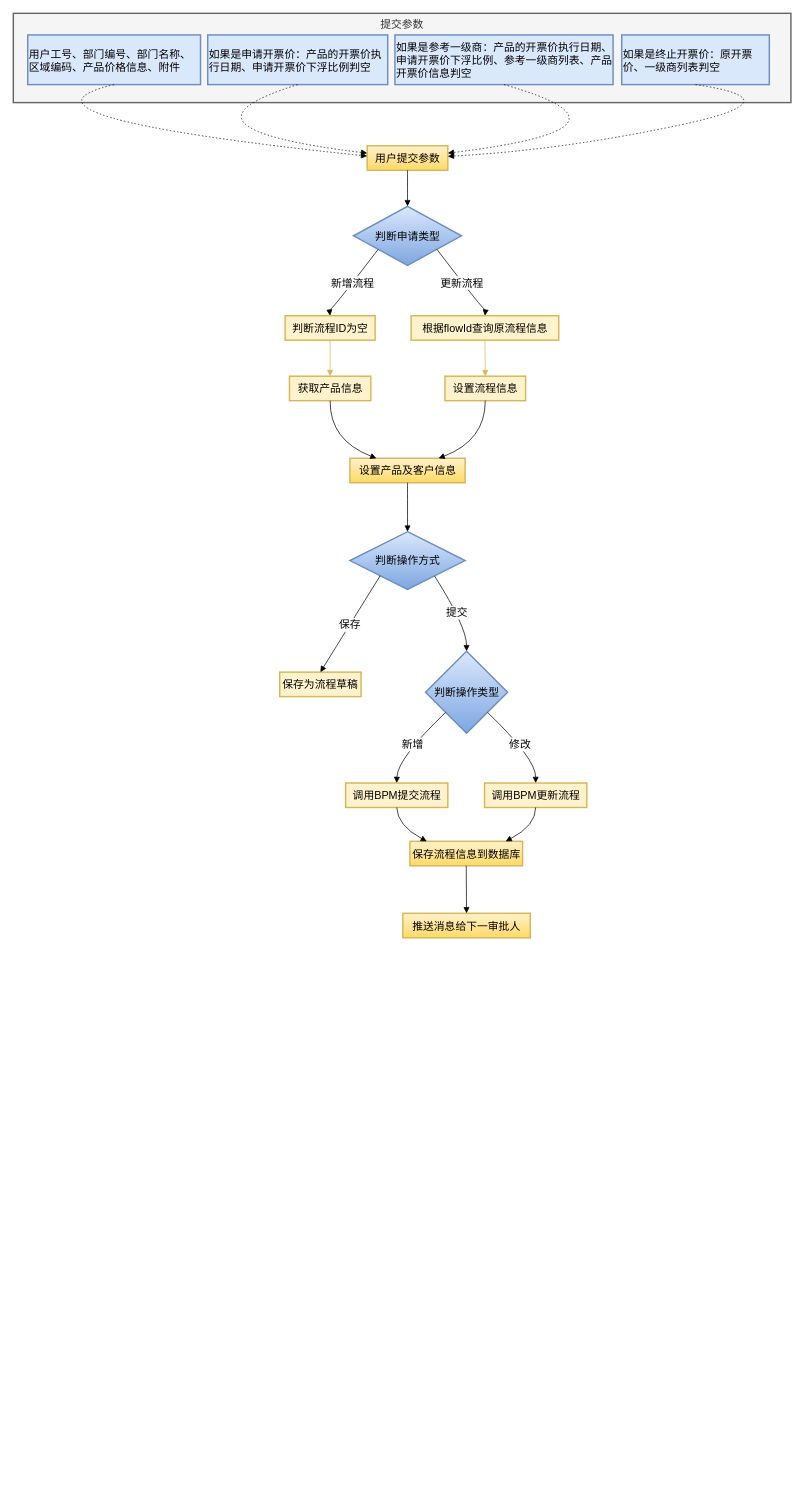
Above: Cttq.drawio in PEI-GEN/myPic (draw.io), before the change. Source tidied: cells renumbered, new cells numbered last; positions are measured from the earlier drawing's top-left corner, leaving out a move shared by most shapes. Both pictures are drawn from the tidied source at 72%, with x=0, y=0 at pixel (13, 13).
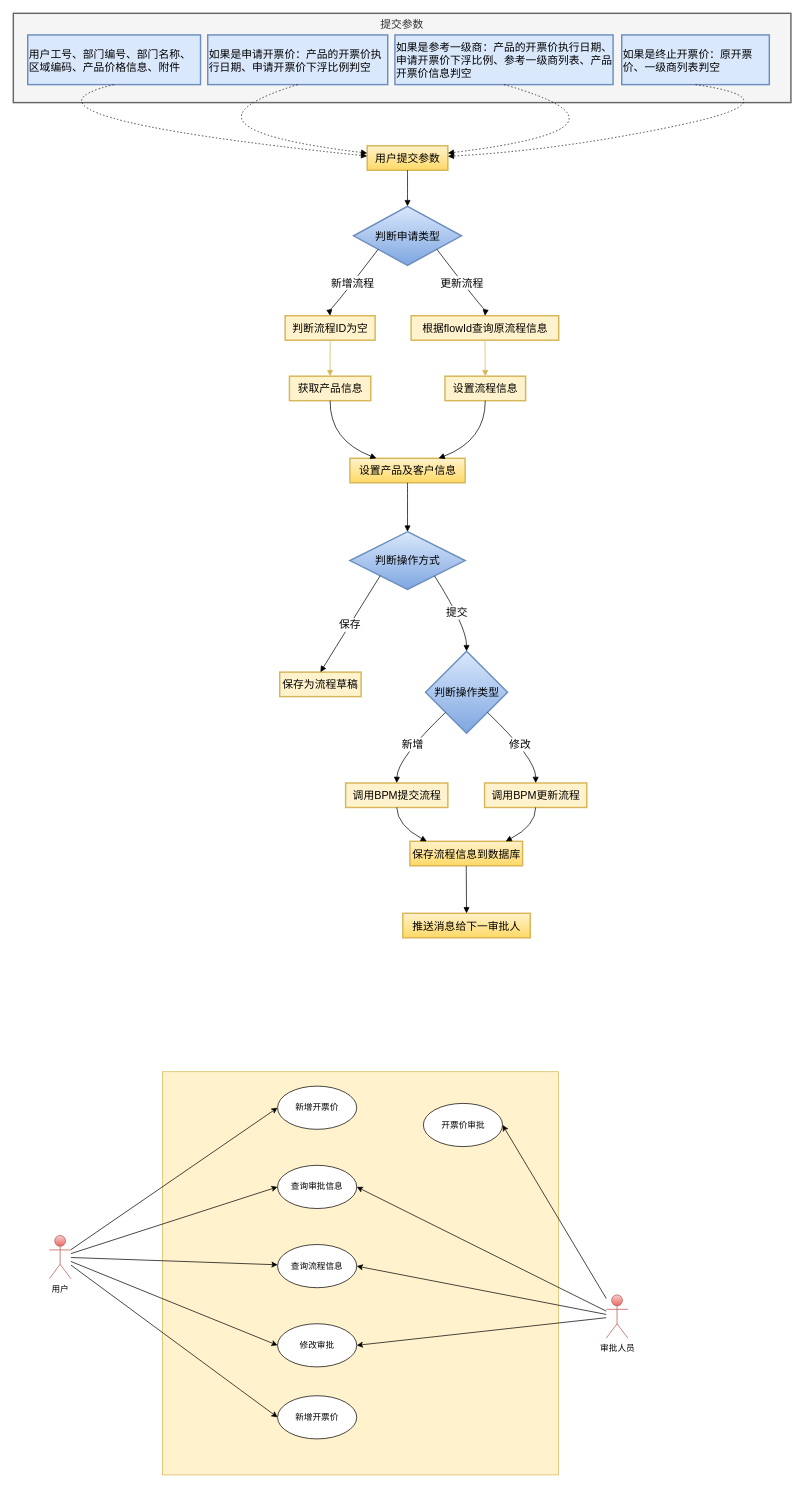
The same diagram, later.

What changed in the source:
```diff
@@
+    <mxCell id="40" style="rounded=0;whiteSpace=wrap;html=1;fillColor=#fff2cc;strokeColor=#d6b656;" parent="1" vertex="1">
+      <mxGeometry x="207" y="1470" width="550" height="560" as="geometry" />
+    </mxCell>
@@
+    <mxCell id="41" style="rounded=0;jettySize=auto;html=1;entryX=0;entryY=0.5;entryDx=0;entryDy=0;" parent="1" edge="1" source="46" target="47">
+      <mxGeometry relative="1" as="geometry" />
+    </mxCell>
+    <mxCell id="42" style="rounded=0;jettySize=auto;html=1;entryX=0;entryY=0.5;entryDx=0;entryDy=0;" parent="1" edge="1" source="46" target="49">
+      <mxGeometry relative="1" as="geometry" />
+    </mxCell>
+    <mxCell id="43" style="rounded=0;jettySize=auto;html=1;entryX=0;entryY=0.5;entryDx=0;entryDy=0;" parent="1" edge="1" source="46" target="55">
+      <mxGeometry relative="1" as="geometry" />
+    </mxCell>
+    <mxCell id="44" style="rounded=0;jettySize=auto;html=1;" parent="1" edge="1" source="46" target="56">
+      <mxGeometry relative="1" as="geometry" />
+    </mxCell>
+    <mxCell id="45" style="rounded=0;jettySize=auto;html=1;entryX=0;entryY=0.5;entryDx=0;entryDy=0;" parent="1" edge="1" source="46" target="57">
+      <mxGeometry relative="1" as="geometry" />
+    </mxCell>
+    <mxCell id="46" value="用户" style="shape=umlActor;verticalLabelPosition=bottom;verticalAlign=top;html=1;fillColor=#f8cecc;gradientColor=#ea6b66;strokeColor=#b85450;" parent="1" vertex="1">
+      <mxGeometry x="50" y="1697.5" width="30" height="60" as="geometry" />
+    </mxCell>
+    <mxCell id="47" value="新增开票价" style="ellipse;whiteSpace=wrap;html=1;" parent="1" vertex="1">
+      <mxGeometry x="367" y="1490" width="110" height="60" as="geometry" />
+    </mxCell>
+    <mxCell id="48" value="开票价审批" style="ellipse;whiteSpace=wrap;html=1;" parent="1" vertex="1">
+      <mxGeometry x="569.5" y="1514" width="110" height="60" as="geometry" />
+    </mxCell>
+    <mxCell id="49" value="新增开票价" style="ellipse;whiteSpace=wrap;html=1;" parent="1" vertex="1">
+      <mxGeometry x="367" y="1920" width="110" height="60" as="geometry" />
+    </mxCell>
+    <mxCell id="50" style="rounded=0;jettySize=auto;html=1;entryX=1;entryY=0.5;entryDx=0;entryDy=0;" parent="1" edge="1" source="54" target="55">
+      <mxGeometry relative="1" as="geometry" />
+    </mxCell>
+    <mxCell id="51" style="rounded=0;jettySize=auto;html=1;entryX=1;entryY=0.5;entryDx=0;entryDy=0;" parent="1" edge="1" source="54" target="56">
+      <mxGeometry relative="1" as="geometry" />
+    </mxCell>
+    <mxCell id="52" style="rounded=0;jettySize=auto;html=1;entryX=1;entryY=0.5;entryDx=0;entryDy=0;" parent="1" edge="1" source="54" target="57">
+      <mxGeometry relative="1" as="geometry" />
+    </mxCell>
+    <mxCell id="53" style="rounded=0;jettySize=auto;html=1;entryX=1;entryY=0.5;entryDx=0;entryDy=0;" parent="1" edge="1" source="54" target="48">
+      <mxGeometry relative="1" as="geometry" />
+    </mxCell>
+    <mxCell id="54" value="审批人员" style="shape=umlActor;verticalLabelPosition=bottom;verticalAlign=top;html=1;fillColor=#f8cecc;gradientColor=#ea6b66;strokeColor=#b85450;" parent="1" vertex="1">
+      <mxGeometry x="823.5" y="1780" width="30" height="60" as="geometry" />
+    </mxCell>
+    <mxCell id="55" value="查询审批信息" style="ellipse;whiteSpace=wrap;html=1;" parent="1" vertex="1">
+      <mxGeometry x="367" y="1600" width="110" height="60" as="geometry" />
+    </mxCell>
+    <mxCell id="56" value="查询流程信息" style="ellipse;whiteSpace=wrap;html=1;" parent="1" vertex="1">
+      <mxGeometry x="367" y="1710" width="110" height="60" as="geometry" />
+    </mxCell>
+    <mxCell id="57" value="修改审批" style="ellipse;whiteSpace=wrap;html=1;" parent="1" vertex="1">
+      <mxGeometry x="367" y="1820" width="110" height="60" as="geometry" />
+    </mxCell>
```
